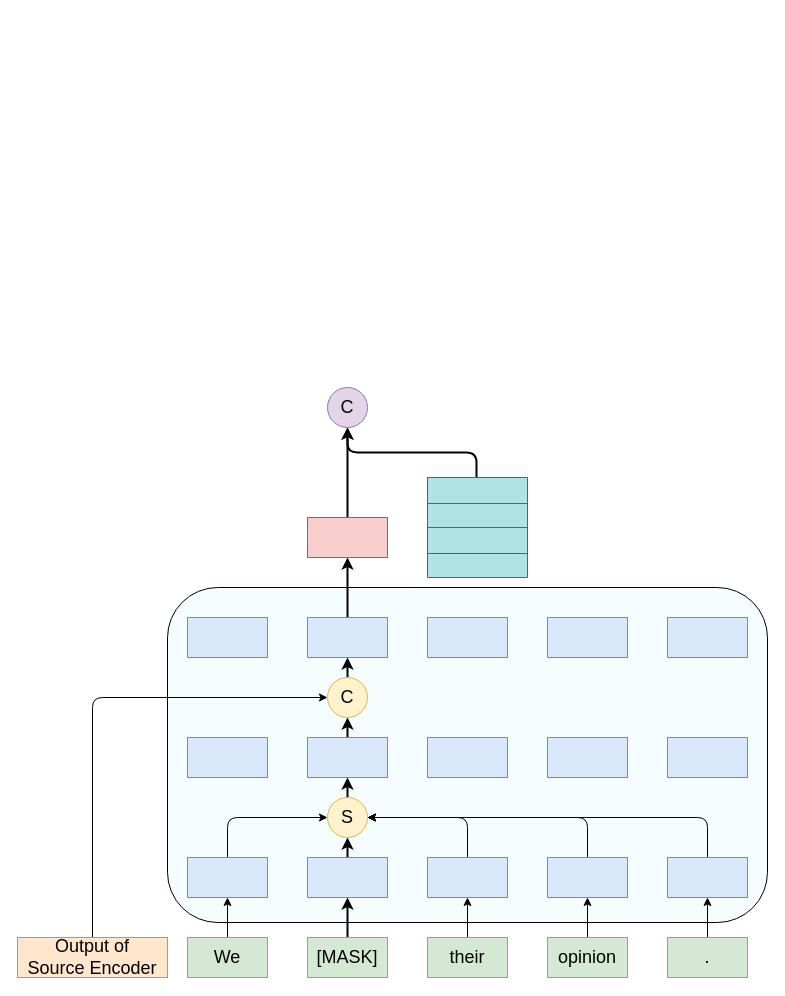
Above: 未命名绘图.drawio in yc1999/electra_pytorch (draw.io), before the change. Source tidied: cells renumbered, new cells numbered last; positions are measured from the earlier drawing's top-left corner, leaving out a move shared by most shapes. Both pictures are drawn from the tidied source at 100%, with x=0, y=0 at pixel (17, 387).
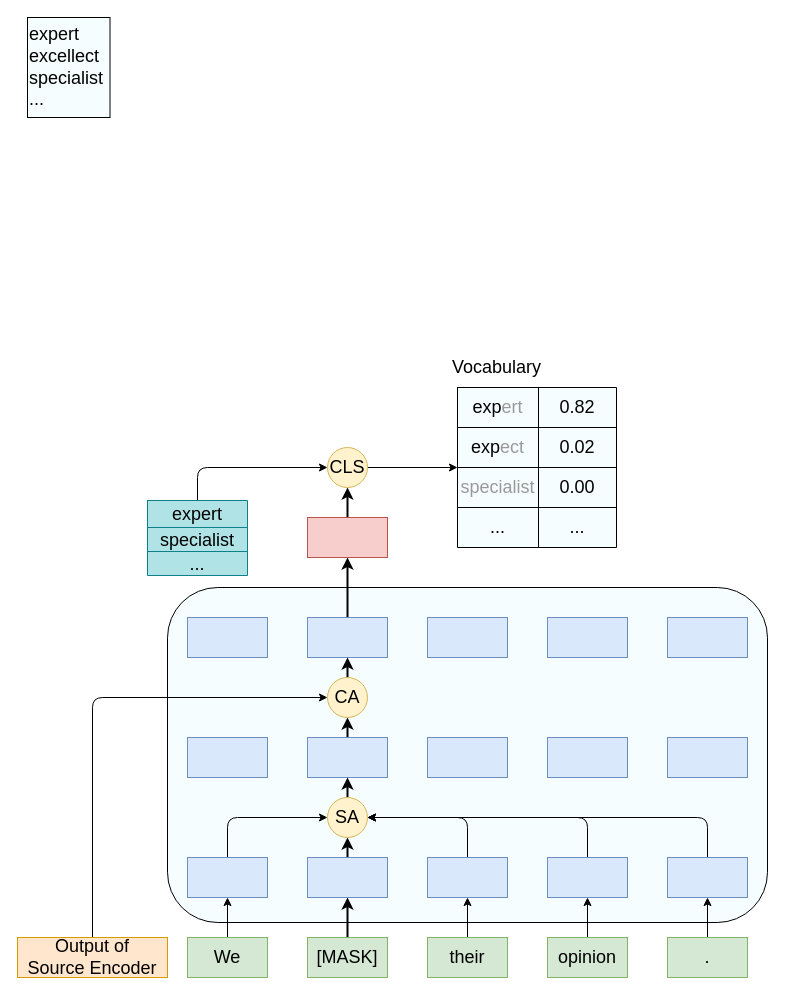
The same page after the edit.

Change to the diagram source:
```diff
@@
-    <mxCell id="30" value="S" style="ellipse;whiteSpace=wrap;html=1;fontSize=18;fillColor=#fff2cc;strokeColor=#d6b656;" parent="1" vertex="1">
+    <mxCell id="30" value="SA" style="ellipse;whiteSpace=wrap;html=1;fontSize=18;fillColor=#fff2cc;strokeColor=#d6b656;" parent="1" vertex="1">
       <mxGeometry x="310" y="410" width="40" height="40" as="geometry" />
     </mxCell>
@@
-    <mxCell id="38" value="C" style="ellipse;whiteSpace=wrap;html=1;fontSize=18;fillColor=#fff2cc;strokeColor=#d6b656;" parent="1" vertex="1">
+    <mxCell id="38" value="CA" style="ellipse;whiteSpace=wrap;html=1;fontSize=18;fillColor=#fff2cc;strokeColor=#d6b656;" parent="1" vertex="1">
       <mxGeometry x="310" y="290" width="40" height="40" as="geometry" />
     </mxCell>
@@
-    <mxCell id="43" style="edgeStyle=orthogonalEdgeStyle;rounded=1;jettySize=auto;html=1;entryX=0.5;entryY=1;entryDx=0;entryDy=0;strokeWidth=2;fontSize=18;exitX=0.49;exitY=0.006;exitDx=0;exitDy=0;exitPerimeter=0;" parent="1" edge="1" source="45" target="53">
-      <mxGeometry relative="1" as="geometry" />
-    </mxCell>
+    <mxCell id="54" style="edgeStyle=orthogonalEdgeStyle;rounded=1;jettySize=auto;html=1;entryX=0;entryY=0.5;entryDx=0;entryDy=0;strokeWidth=1;fontSize=18;fontColor=#999999;exitX=0.5;exitY=0;exitDx=0;exitDy=0;" parent="1" edge="1" source="44" target="53">
+      <mxGeometry relative="1" as="geometry" />
+    </mxCell>
     <mxCell id="44" style="shape=table;startSize=0;childLayout=tableLayout;rounded=0;fillStyle=auto;strokeColor=#0e8088;strokeWidth=1;fontSize=18;fillColor=#b0e3e6;" parent="1" vertex="1">
-      <mxGeometry x="410" y="90" width="100" height="100" as="geometry" />
+      <mxGeometry x="130" y="113" width="100" height="75" as="geometry" />
     </mxCell>
     <mxCell id="45" style="shape=tableRow;horizontal=0;startSize=0;swimlaneHead=0;swimlaneBody=0;top=0;left=0;bottom=0;right=0;fillColor=none;points=[[0,0.5],[1,0.5]];portConstraint=eastwest;rounded=0;fillStyle=auto;strokeColor=#000000;strokeWidth=1;fontSize=18;" parent="44" vertex="1">
-      <mxGeometry width="100" height="26" as="geometry" />
+      <mxGeometry width="100" height="27" as="geometry" />
     </mxCell>
-    <mxCell id="46" style="shape=partialRectangle;html=1;whiteSpace=wrap;overflow=hidden;fillColor=none;top=0;left=0;bottom=0;right=0;rounded=0;fillStyle=auto;strokeColor=#000000;strokeWidth=1;fontSize=18;" parent="45" vertex="1">
-      <mxGeometry width="100" height="26" as="geometry" />
+    <mxCell id="46" value="expert" style="shape=partialRectangle;html=1;whiteSpace=wrap;overflow=hidden;fillColor=none;top=0;left=0;bottom=0;right=0;rounded=0;fillStyle=auto;strokeColor=#000000;strokeWidth=1;fontSize=18;" parent="45" vertex="1">
+      <mxGeometry width="100" height="27" as="geometry" />
     </mxCell>
     <mxCell id="47" style="shape=tableRow;horizontal=0;startSize=0;swimlaneHead=0;swimlaneBody=0;top=0;left=0;bottom=0;right=0;fillColor=none;rounded=0;fillStyle=auto;strokeColor=#000000;strokeWidth=1;fontSize=18;" parent="44" vertex="1">
-      <mxGeometry y="26" width="100" height="24" as="geometry" />
+      <mxGeometry y="27" width="100" height="24" as="geometry" />
     </mxCell>
-    <mxCell id="48" style="shape=partialRectangle;html=1;whiteSpace=wrap;overflow=hidden;fillColor=none;top=0;left=0;bottom=0;right=0;rounded=0;fillStyle=auto;strokeColor=#000000;strokeWidth=1;fontSize=18;" parent="47" vertex="1">
+    <mxCell id="48" value="specialist" style="shape=partialRectangle;html=1;whiteSpace=wrap;overflow=hidden;fillColor=none;top=0;left=0;bottom=0;right=0;rounded=0;fillStyle=auto;strokeColor=#000000;strokeWidth=1;fontSize=18;" parent="47" vertex="1">
       <mxGeometry width="100" height="24" as="geometry" />
     </mxCell>
-    <mxCell id="49" style="shape=tableRow;horizontal=0;startSize=0;swimlaneHead=0;swimlaneBody=0;top=0;left=0;bottom=0;right=0;fillColor=none;rounded=0;fillStyle=auto;strokeColor=#000000;strokeWidth=1;fontSize=18;" parent="44" vertex="1">
-      <mxGeometry y="50" width="100" height="26" as="geometry" />
-    </mxCell>
-    <mxCell id="50" style="shape=partialRectangle;html=1;whiteSpace=wrap;overflow=hidden;fillColor=none;top=0;left=0;bottom=0;right=0;rounded=0;fillStyle=auto;strokeColor=#000000;strokeWidth=1;fontSize=18;" parent="49" vertex="1">
-      <mxGeometry width="100" height="26" as="geometry" />
-    </mxCell>
     <mxCell id="51" style="shape=tableRow;horizontal=0;startSize=0;swimlaneHead=0;swimlaneBody=0;top=0;left=0;bottom=0;right=0;fillColor=none;rounded=0;fillStyle=auto;strokeColor=#000000;strokeWidth=1;fontSize=18;" parent="44" vertex="1">
-      <mxGeometry y="76" width="100" height="24" as="geometry" />
+      <mxGeometry y="51" width="100" height="24" as="geometry" />
     </mxCell>
-    <mxCell id="52" style="shape=partialRectangle;html=1;whiteSpace=wrap;overflow=hidden;fillColor=none;top=0;left=0;bottom=0;right=0;rounded=0;fillStyle=auto;strokeColor=#000000;strokeWidth=1;fontSize=18;" parent="51" vertex="1">
+    <mxCell id="52" value="..." style="shape=partialRectangle;html=1;whiteSpace=wrap;overflow=hidden;fillColor=none;top=0;left=0;bottom=0;right=0;rounded=0;fillStyle=auto;strokeColor=#000000;strokeWidth=1;fontSize=18;" parent="51" vertex="1">
       <mxGeometry width="100" height="24" as="geometry" />
     </mxCell>
+    <mxCell id="55" style="edgeStyle=orthogonalEdgeStyle;rounded=1;jettySize=auto;html=1;entryX=0;entryY=0.5;entryDx=0;entryDy=0;strokeWidth=1;fontSize=18;fontColor=#999999;" parent="1" edge="1" source="53" target="58">
+      <mxGeometry relative="1" as="geometry" />
+    </mxCell>
-    <mxCell id="53" value="C" style="ellipse;whiteSpace=wrap;html=1;fontSize=18;fillColor=#e1d5e7;strokeColor=#9673a6;" parent="1" vertex="1">
-      <mxGeometry x="310" width="40" height="40" as="geometry" />
+    <mxCell id="53" value="CLS" style="ellipse;whiteSpace=wrap;html=1;fontSize=18;fillColor=#fff2cc;strokeColor=#d6b656;" parent="1" vertex="1">
+      <mxGeometry x="310" y="60" width="40" height="40" as="geometry" />
     </mxCell>
+    <mxCell id="56" value="expert&lt;br&gt;excellect&lt;br&gt;specialist&lt;br&gt;...&lt;br&gt;&lt;div style=&quot;&quot;&gt;&lt;/div&gt;" style="rounded=0;whiteSpace=wrap;html=1;fillStyle=auto;strokeColor=#000000;strokeWidth=1;fontSize=18;fillColor=#F5fdFF;align=left;" parent="1" vertex="1">
+      <mxGeometry x="10" y="-370" width="82.5" height="100" as="geometry" />
+    </mxCell>
+    <mxCell id="57" value="Vocabulary" style="text;html=1;align=center;verticalAlign=middle;strokeColor=none;fillColor=none;fontSize=18;rotation=0;" parent="1" vertex="1">
+      <mxGeometry x="424" y="-40" width="110" height="40" as="geometry" />
+    </mxCell>
+    <mxCell id="58" style="shape=table;html=1;whiteSpace=wrap;startSize=0;childLayout=tableLayout;rounded=0;fillStyle=auto;strokeColor=#000000;strokeWidth=1;fontSize=18;fillColor=#F5fdFF;" parent="1" vertex="1">
+      <mxGeometry x="440" width="159" height="160" as="geometry" />
+    </mxCell>
+    <mxCell id="59" style="shape=tableRow;horizontal=0;startSize=0;swimlaneHead=0;swimlaneBody=0;top=0;left=0;bottom=0;right=0;fillColor=none;rounded=0;fillStyle=auto;strokeColor=#000000;strokeWidth=1;fontSize=18;" parent="58" vertex="1">
+      <mxGeometry width="159" height="40" as="geometry" />
+    </mxCell>
+    <mxCell id="60" value="exp&lt;font color=&quot;#999999&quot;&gt;ert&lt;/font&gt;" style="shape=partialRectangle;html=1;whiteSpace=wrap;fillColor=none;top=0;left=0;bottom=0;right=0;overflow=hidden;rounded=0;fillStyle=auto;strokeColor=default;strokeWidth=1;fontSize=18;" parent="59" vertex="1">
+      <mxGeometry width="81" height="40" as="geometry" />
+    </mxCell>
+    <mxCell id="61" value="0.82" style="shape=partialRectangle;html=1;whiteSpace=wrap;fillColor=none;top=0;left=0;bottom=0;right=0;overflow=hidden;rounded=0;fillStyle=auto;strokeColor=#000000;strokeWidth=1;fontSize=18;" parent="59" vertex="1">
+      <mxGeometry x="81" width="78" height="40" as="geometry" />
+    </mxCell>
+    <mxCell id="62" style="shape=tableRow;horizontal=0;startSize=0;swimlaneHead=0;swimlaneBody=0;top=0;left=0;bottom=0;right=0;fillColor=none;rounded=0;fillStyle=auto;strokeColor=#000000;strokeWidth=1;fontSize=18;" parent="58" vertex="1">
+      <mxGeometry y="40" width="159" height="40" as="geometry" />
+    </mxCell>
+    <mxCell id="63" value="exp&lt;font color=&quot;#999999&quot;&gt;ect&lt;/font&gt;" style="shape=partialRectangle;html=1;whiteSpace=wrap;fillColor=none;top=0;left=0;bottom=0;right=0;overflow=hidden;rounded=0;fillStyle=auto;strokeColor=#000000;strokeWidth=1;fontSize=18;" parent="62" vertex="1">
+      <mxGeometry width="81" height="40" as="geometry" />
+    </mxCell>
+    <mxCell id="64" value="0.02" style="shape=partialRectangle;html=1;whiteSpace=wrap;fillColor=none;top=0;left=0;bottom=0;right=0;overflow=hidden;rounded=0;fillStyle=auto;strokeColor=#000000;strokeWidth=1;fontSize=18;" parent="62" vertex="1">
+      <mxGeometry x="81" width="78" height="40" as="geometry" />
+    </mxCell>
+    <mxCell id="65" style="shape=tableRow;horizontal=0;startSize=0;swimlaneHead=0;swimlaneBody=0;top=0;left=0;bottom=0;right=0;fillColor=none;rounded=0;fillStyle=auto;strokeColor=#000000;strokeWidth=1;fontSize=18;" parent="58" vertex="1">
+      <mxGeometry y="80" width="159" height="40" as="geometry" />
+    </mxCell>
+    <mxCell id="66" value="&lt;font color=&quot;#999999&quot;&gt;specialist&lt;/font&gt;" style="shape=partialRectangle;html=1;whiteSpace=wrap;fillColor=none;top=0;left=0;bottom=0;right=0;overflow=hidden;rounded=0;fillStyle=auto;strokeColor=#000000;strokeWidth=1;fontSize=18;" parent="65" vertex="1">
+      <mxGeometry width="81" height="40" as="geometry" />
+    </mxCell>
+    <mxCell id="67" value="0.00" style="shape=partialRectangle;html=1;whiteSpace=wrap;fillColor=none;top=0;left=0;bottom=0;right=0;overflow=hidden;rounded=0;fillStyle=auto;strokeColor=#000000;strokeWidth=1;fontSize=18;" parent="65" vertex="1">
+      <mxGeometry x="81" width="78" height="40" as="geometry" />
+    </mxCell>
+    <mxCell id="68" style="shape=tableRow;horizontal=0;startSize=0;swimlaneHead=0;swimlaneBody=0;top=0;left=0;bottom=0;right=0;fillColor=none;rounded=0;fillStyle=auto;strokeColor=#000000;strokeWidth=1;fontSize=18;" parent="58" vertex="1">
+      <mxGeometry y="120" width="159" height="40" as="geometry" />
+    </mxCell>
+    <mxCell id="69" value="..." style="shape=partialRectangle;html=1;whiteSpace=wrap;fillColor=none;top=0;left=0;bottom=0;right=0;overflow=hidden;rounded=0;fillStyle=auto;strokeColor=#000000;strokeWidth=1;fontSize=18;" parent="68" vertex="1">
+      <mxGeometry width="81" height="40" as="geometry" />
+    </mxCell>
+    <mxCell id="70" value="..." style="shape=partialRectangle;html=1;whiteSpace=wrap;fillColor=none;top=0;left=0;bottom=0;right=0;overflow=hidden;rounded=0;fillStyle=auto;strokeColor=#000000;strokeWidth=1;fontSize=18;" parent="68" vertex="1">
+      <mxGeometry x="81" width="78" height="40" as="geometry" />
+    </mxCell>
```
